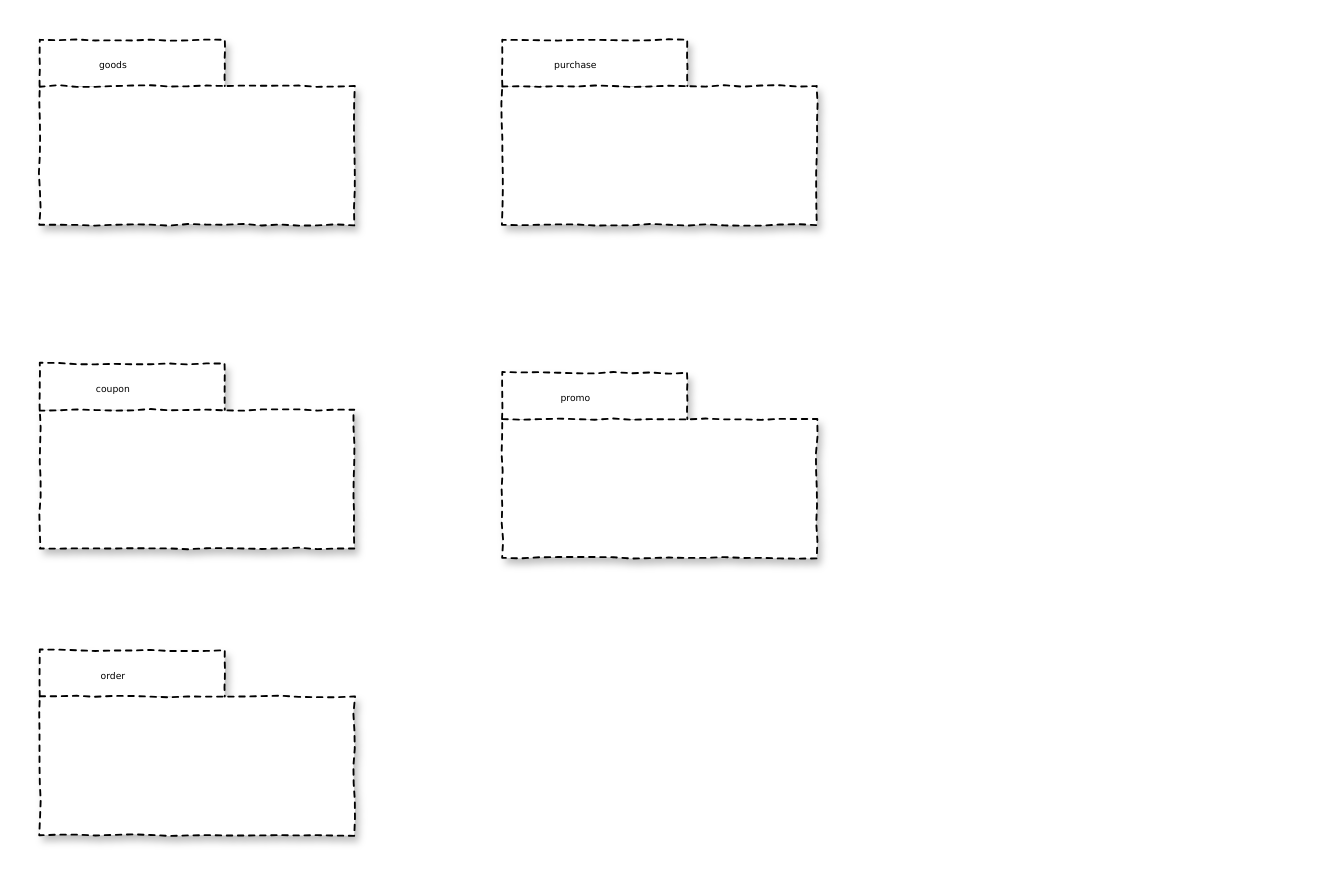
The draw.io diagram nec.drawio in bixiyan/for.draw.io, before the edit. Source tidied: cells renumbered, new cells numbered last; positions are measured from the earlier drawing's top-left corner, leaving out a move shared by most shapes. Both pictures are drawn from the tidied source at 185%, with x=0, y=0 at pixel (39, 39).
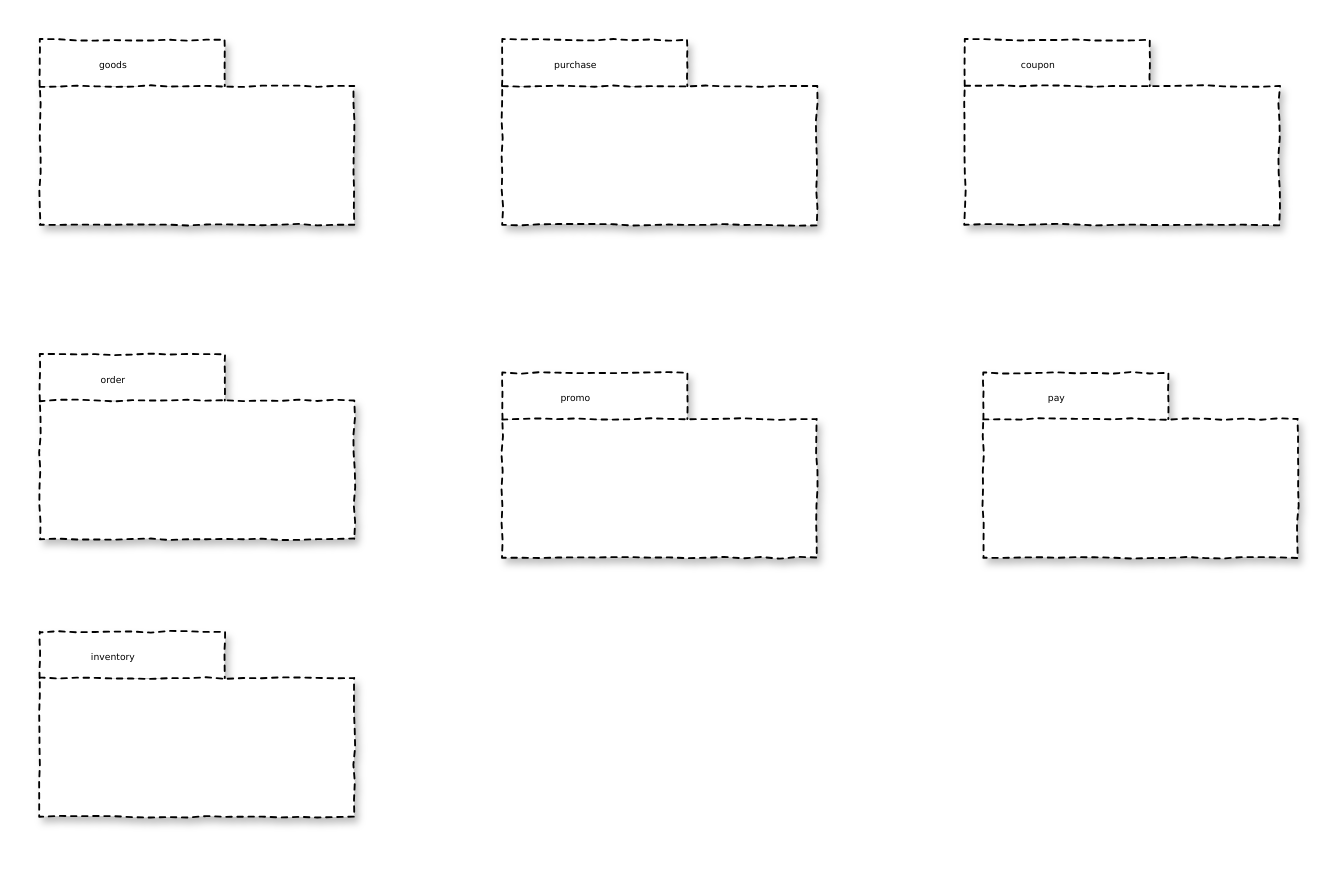
Above is the later version.

The edit, as a diff of the source:
```diff
@@
     <mxCell id="8" style="group;" parent="1" vertex="1">
-      <mxGeometry y="175" width="170" height="100" as="geometry" />
+      <mxGeometry x="500" width="170" height="100" as="geometry" />
     </mxCell>
@@
     <mxCell id="14" style="group;" parent="1" vertex="1">
-      <mxGeometry y="330" width="170" height="100" as="geometry" />
+      <mxGeometry y="170" width="170" height="100" as="geometry" />
     </mxCell>
@@
+    <mxCell id="17" style="group;" parent="1" vertex="1">
+      <mxGeometry x="510" y="180" width="170" height="100" as="geometry" />
+    </mxCell>
+    <mxCell id="18" style="shape=folder;spacingTop=10;tabWidth=100;tabHeight=25;tabPosition=left;dashed=1;enumerate=0;comic=1;jiggle=1;noLabel=0;shadow=1;sketch=0;" parent="17" vertex="1">
+      <mxGeometry width="170" height="100" as="geometry" />
+    </mxCell>
+    <mxCell id="19" value="pay" style="text;html=1;strokeColor=none;fillColor=none;align=center;verticalAlign=middle;whiteSpace=wrap;rounded=0;shadow=1;comic=1;sketch=0;jiggle=1;fontFamily=Verdana;fontSize=5;" parent="17" vertex="1">
+      <mxGeometry x="10" y="3" width="60" height="20" as="geometry" />
+    </mxCell>
+    <mxCell id="20" style="group;" parent="1" vertex="1">
+      <mxGeometry y="320" width="170" height="100" as="geometry" />
+    </mxCell>
+    <mxCell id="21" style="shape=folder;spacingTop=10;tabWidth=100;tabHeight=25;tabPosition=left;dashed=1;enumerate=0;comic=1;jiggle=1;noLabel=0;shadow=1;sketch=0;" parent="20" vertex="1">
+      <mxGeometry width="170" height="100" as="geometry" />
+    </mxCell>
+    <mxCell id="22" value="inventory" style="text;html=1;strokeColor=none;fillColor=none;align=center;verticalAlign=middle;whiteSpace=wrap;rounded=0;shadow=1;comic=1;sketch=0;jiggle=1;fontFamily=Verdana;fontSize=5;" parent="20" vertex="1">
+      <mxGeometry x="10" y="3" width="60" height="20" as="geometry" />
+    </mxCell>
```
